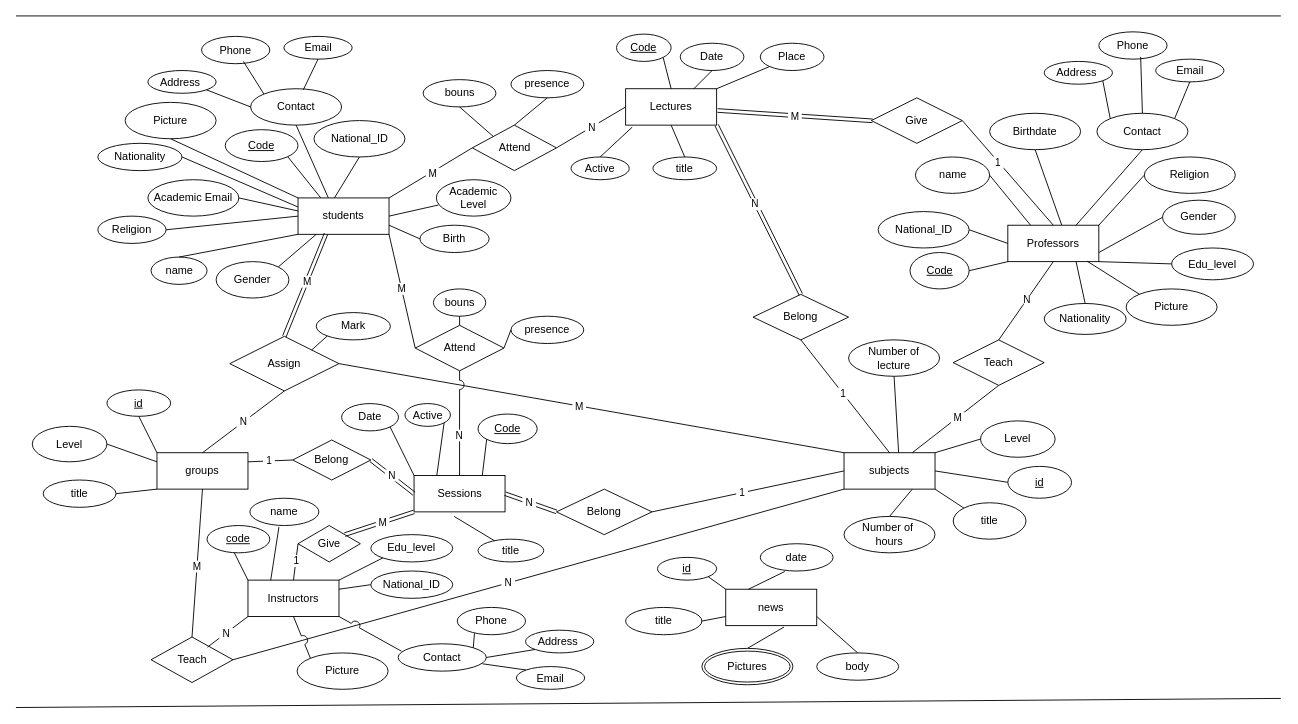
Before: Database/ERD.drawio in TulaBy/Documentation, a draw.io diagram. Source tidied: cells renumbered, new cells numbered last; positions are measured from the earlier drawing's top-left corner, leaving out a move shared by most shapes. Both pictures are drawn from the tidied source at 91%, with x=0, y=0 at pixel (15, 15).
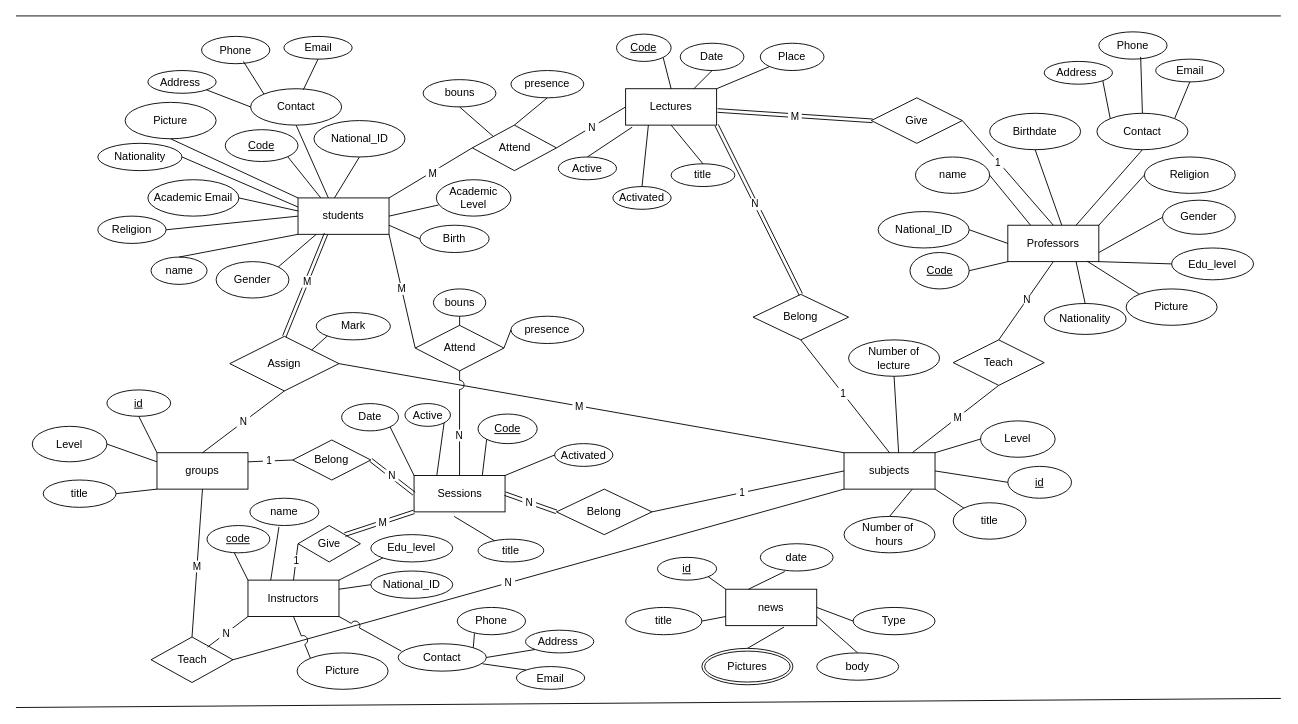
Above is the later version.

The change refers to these unchanged cells:
```xml
<mxCell id="4" value="news" style="rounded=0;arcSize=10;whiteSpace=wrap;html=1;align=center;" parent="1" vertex="1">
  <mxGeometry x="780" y="630" width="100" height="40" as="geometry" />
</mxCell>
<mxCell id="6" value="Lectures" style="rounded=0;arcSize=10;whiteSpace=wrap;html=1;align=center;" parent="1" vertex="1">
  <mxGeometry x="670" y="80" width="100" height="40" as="geometry" />
</mxCell>
<mxCell id="42" value="Sessions" style="rounded=0;arcSize=10;whiteSpace=wrap;html=1;align=center;" parent="1" vertex="1">
  <mxGeometry x="437.5" y="505" width="100" height="40" as="geometry" />
</mxCell>
```

Diff of the diagram source:
```diff
@@
     <mxCell id="75" value="Active" style="ellipse;whiteSpace=wrap;html=1;align=center;" parent="1" vertex="1">
-      <mxGeometry x="610" y="155" width="64" height="25" as="geometry" />
+      <mxGeometry x="596" y="155" width="64" height="25" as="geometry" />
     </mxCell>
@@
     <mxCell id="113" value="title" style="ellipse;whiteSpace=wrap;html=1;align=center;" parent="1" vertex="1">
-      <mxGeometry x="700" y="155" width="70" height="25" as="geometry" />
+      <mxGeometry x="720" y="162.5" width="70" height="25" as="geometry" />
     </mxCell>
@@
+    <mxCell id="191" value="Activated" style="ellipse;whiteSpace=wrap;html=1;align=center;" parent="1" vertex="1">
+      <mxGeometry x="656" y="187.5" width="64" height="25" as="geometry" />
+    </mxCell>
+    <mxCell id="192" style="endArrow=none;html=1;rounded=0;entryX=0.25;entryY=1;entryDx=0;entryDy=0;exitX=0.5;exitY=0;exitDx=0;exitDy=0;" parent="1" edge="1" source="191" target="6">
+      <mxGeometry relative="1" as="geometry" />
+    </mxCell>
+    <mxCell id="193" value="Activated" style="ellipse;whiteSpace=wrap;html=1;align=center;" parent="1" vertex="1">
+      <mxGeometry x="592" y="470" width="64" height="25" as="geometry" />
+    </mxCell>
+    <mxCell id="194" style="endArrow=none;html=1;rounded=0;entryX=1;entryY=0;entryDx=0;entryDy=0;exitX=0;exitY=0.5;exitDx=0;exitDy=0;" parent="1" edge="1" source="193" target="42">
+      <mxGeometry relative="1" as="geometry" />
+    </mxCell>
+    <mxCell id="195" value="Type" style="ellipse;whiteSpace=wrap;html=1;align=center;" parent="1" vertex="1">
+      <mxGeometry x="920" y="650" width="90" height="30" as="geometry" />
+    </mxCell>
+    <mxCell id="196" style="endArrow=none;html=1;rounded=0;entryX=0;entryY=0.5;entryDx=0;entryDy=0;exitX=1;exitY=0.5;exitDx=0;exitDy=0;" parent="1" edge="1" source="4" target="195">
+      <mxGeometry relative="1" as="geometry" />
+    </mxCell>
```
